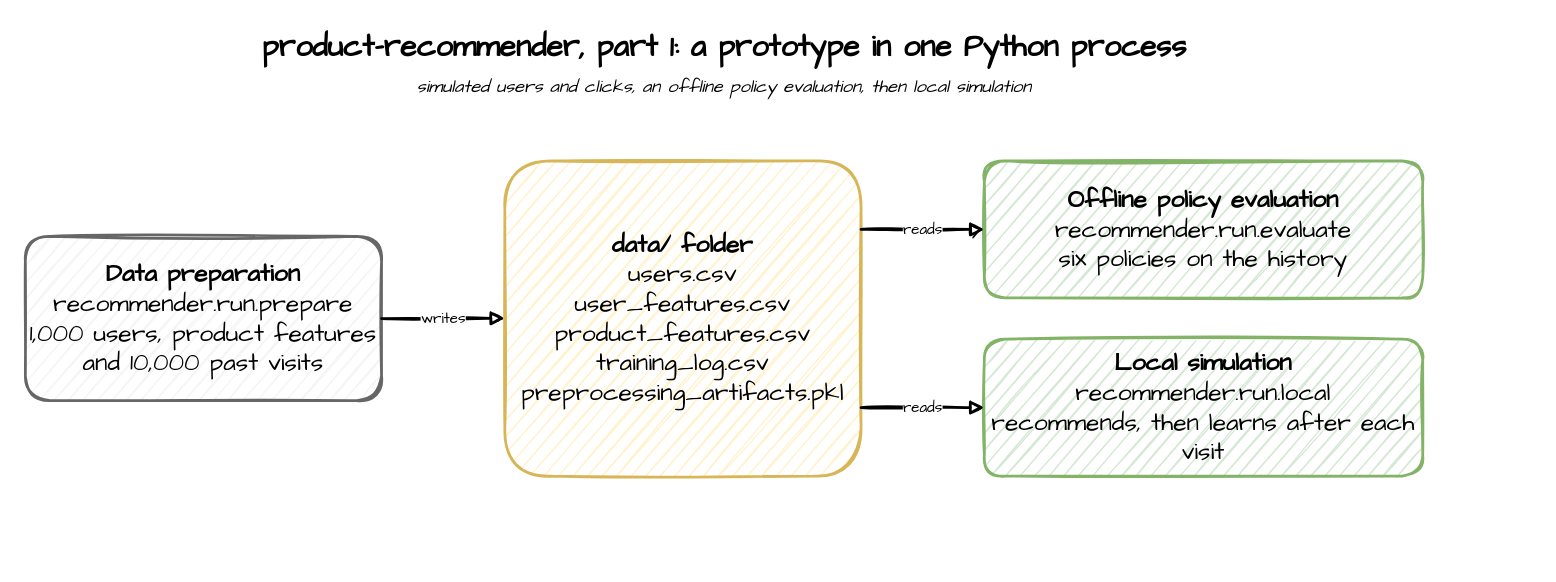
Earlier version of the draw.io diagram product-recommender/images/part-1.drawio (jaehyeon-kim/benchtop). Source tidied: cells renumbered, new cells numbered last; positions are measured from the earlier drawing's top-left corner, leaving out a move shared by most shapes. Both pictures are drawn from the tidied source at 137%, with x=0, y=0 at pixel (25, 23).
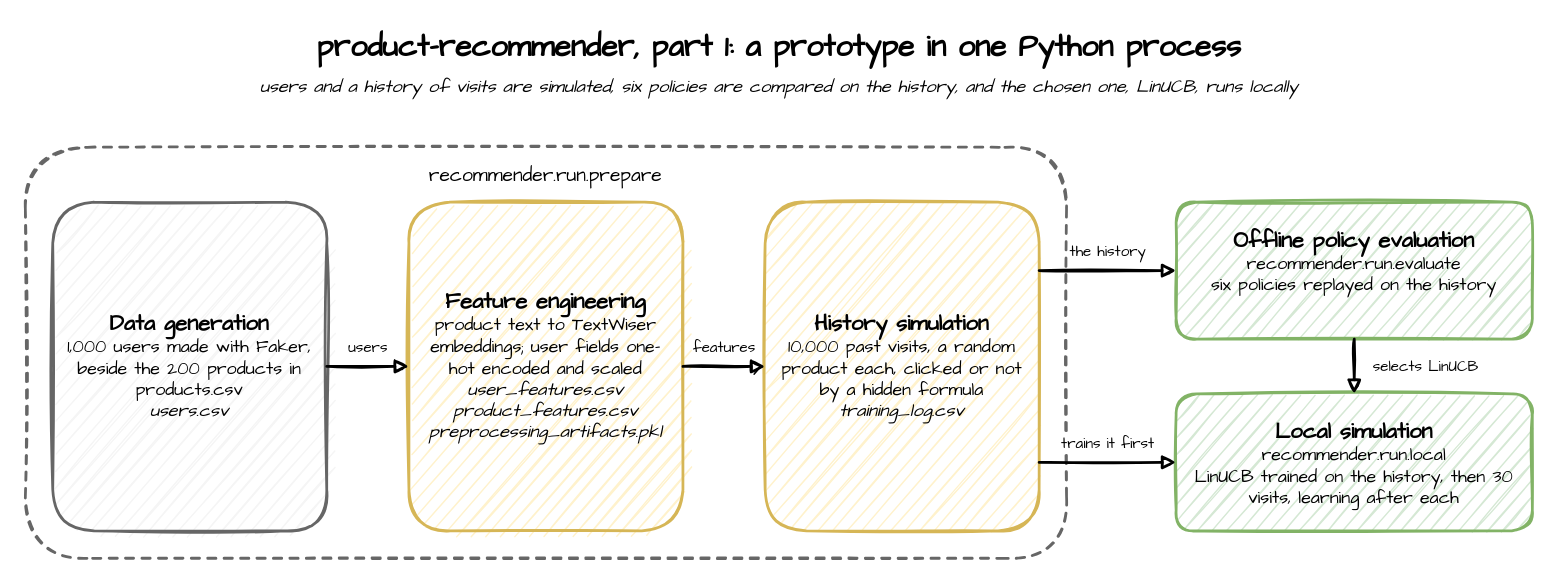
After the change.

Commit message (it also covers changes not shown here):
product-recommender: redraw the part 1 and part 2 diagrams

Diff of the diagram source:
```diff
@@
 <mxGraphModel>
   <root>
     <mxCell id="0" />
     <mxCell id="1" parent="0" />
     <mxCell id="2" value="product-recommender, part 1: a prototype in one Python process" style="text;html=1;align=center;verticalAlign=middle;fontFamily=Comic Sans MS;fontSize=22;fontStyle=1;strokeColor=none;fillColor=none;" parent="1" vertex="1">
-      <mxGeometry width="1020" height="36" as="geometry" />
+      <mxGeometry width="1100" height="36" as="geometry" />
     </mxCell>
-    <mxCell id="3" value="simulated users and clicks, an offline policy evaluation, then local simulation" style="text;html=1;align=center;verticalAlign=middle;fontFamily=Comic Sans MS;fontSize=13;fontStyle=2;strokeColor=none;fillColor=none;" parent="1" vertex="1">
-      <mxGeometry y="34" width="1020" height="24" as="geometry" />
+    <mxCell id="3" value="users and a history of visits are simulated, six policies are compared on the history, and the chosen one, LinUCB, runs locally" style="text;html=1;align=center;verticalAlign=middle;fontFamily=Comic Sans MS;fontSize=13;fontStyle=2;strokeColor=none;fillColor=none;" parent="1" vertex="1">
+      <mxGeometry y="34" width="1100" height="24" as="geometry" />
     </mxCell>
-    <mxCell id="4" value="&lt;font style=&quot;font-size: 18px;&quot;&gt;&lt;b&gt;Data preparation&lt;/b&gt;&lt;br&gt;recommender.run.prepare&lt;br&gt;1,000 users, product features and 10,000 past visits&lt;/font&gt;" style="sketch=1;fontFamily=Comic Sans MS;strokeWidth=2;html=1;rounded=1;whiteSpace=wrap;fontSize=13;fillColor=#f5f5f5;strokeColor=#666666;" parent="1" vertex="1">
-      <mxGeometry y="155" width="260" height="120" as="geometry" />
-    </mxCell>
-    <mxCell id="5" value="&lt;font style=&quot;font-size: 18px;&quot;&gt;&lt;b style=&quot;&quot;&gt;data/ folder&lt;/b&gt;&lt;br&gt;users.csv&lt;br&gt;user_features.csv&lt;br&gt;product_features.csv&lt;br&gt;training_log.csv&lt;br&gt;preprocessing_artifacts.pkl&lt;/font&gt;" style="sketch=1;fontFamily=Comic Sans MS;strokeWidth=2;html=1;rounded=1;whiteSpace=wrap;fontSize=13;fillColor=#fff2cc;strokeColor=#d6b656;" parent="1" vertex="1">
-      <mxGeometry x="350" y="100" width="260" height="230" as="geometry" />
-    </mxCell>
-    <mxCell id="6" value="&lt;font style=&quot;font-size: 18px;&quot;&gt;&lt;b&gt;Offline policy evaluation&lt;/b&gt;&lt;br&gt;recommender.run.evaluate&lt;br&gt;six policies on the history&lt;/font&gt;" style="sketch=1;fontFamily=Comic Sans MS;strokeWidth=2;html=1;rounded=1;whiteSpace=wrap;fontSize=13;fillColor=#d5e8d4;strokeColor=#82b366;" parent="1" vertex="1">
-      <mxGeometry x="700" y="100" width="320" height="100" as="geometry" />
-    </mxCell>
+    <mxCell id="11" value="recommender.run.prepare" style="sketch=1;fontFamily=Comic Sans MS;strokeWidth=2;html=1;rounded=1;whiteSpace=wrap;fontSize=14;fillColor=none;strokeColor=#666666;dashed=1;verticalAlign=top;align=center;spacingTop=6;" parent="1" vertex="1">
+      <mxGeometry y="90" width="760" height="300" as="geometry" />
+    </mxCell>
+    <mxCell id="12" value="&lt;font style=&quot;font-size: 16px;&quot;&gt;&lt;b&gt;Data generation&lt;/b&gt;&lt;/font&gt;&lt;br&gt;1,000 users made with Faker, beside the 200 products in products.csv&lt;br&gt;&lt;i&gt;users.csv&lt;/i&gt;" style="sketch=1;fontFamily=Comic Sans MS;strokeWidth=2;html=1;rounded=1;whiteSpace=wrap;fontSize=13;spacingLeft=8;spacingRight=8;verticalAlign=middle;fillColor=#f5f5f5;strokeColor=#666666;" parent="1" vertex="1">
+      <mxGeometry x="20" y="130" width="200" height="240" as="geometry" />
+    </mxCell>
+    <mxCell id="13" value="&lt;font style=&quot;font-size: 16px;&quot;&gt;&lt;b&gt;Feature engineering&lt;/b&gt;&lt;/font&gt;&lt;br&gt;product text to TextWiser embeddings; user fields one-hot encoded and scaled&lt;br&gt;&lt;i&gt;user_features.csv&lt;br&gt;product_features.csv&lt;br&gt;preprocessing_artifacts.pkl&lt;/i&gt;" style="sketch=1;fontFamily=Comic Sans MS;strokeWidth=2;html=1;rounded=1;whiteSpace=wrap;fontSize=13;spacingLeft=8;spacingRight=8;verticalAlign=middle;fillColor=#fff2cc;strokeColor=#d6b656;" parent="1" vertex="1">
+      <mxGeometry x="280" y="130" width="200" height="240" as="geometry" />
+    </mxCell>
+    <mxCell id="14" value="&lt;font style=&quot;font-size: 16px;&quot;&gt;&lt;b&gt;History simulation&lt;/b&gt;&lt;/font&gt;&lt;br&gt;10,000 past visits, a random product each, clicked or not by a hidden formula&lt;br&gt;&lt;i&gt;training_log.csv&lt;/i&gt;" style="sketch=1;fontFamily=Comic Sans MS;strokeWidth=2;html=1;rounded=1;whiteSpace=wrap;fontSize=13;spacingLeft=8;spacingRight=8;verticalAlign=middle;fillColor=#fff2cc;strokeColor=#d6b656;" parent="1" vertex="1">
+      <mxGeometry x="540" y="130" width="200" height="240" as="geometry" />
+    </mxCell>
+    <mxCell id="15" value="&lt;font style=&quot;font-size: 16px;&quot;&gt;&lt;b&gt;Offline policy evaluation&lt;/b&gt;&lt;/font&gt;&lt;br&gt;recommender.run.evaluate&lt;br&gt;six policies replayed on the history" style="sketch=1;fontFamily=Comic Sans MS;strokeWidth=2;html=1;rounded=1;whiteSpace=wrap;fontSize=13;spacingLeft=8;spacingRight=8;verticalAlign=top;spacingTop=12;fillColor=#d5e8d4;strokeColor=#82b366;" parent="1" vertex="1">
+      <mxGeometry x="840" y="130" width="260" height="100" as="geometry" />
+    </mxCell>
-    <mxCell id="7" value="&lt;font style=&quot;font-size: 18px;&quot;&gt;&lt;b&gt;Local simulation&lt;/b&gt;&lt;br&gt;recommender.run.local&lt;br&gt;recommends, then learns after each visit&lt;/font&gt;" style="sketch=1;fontFamily=Comic Sans MS;strokeWidth=2;html=1;rounded=1;whiteSpace=wrap;fontSize=13;fillColor=#d5e8d4;strokeColor=#82b366;" parent="1" vertex="1">
-      <mxGeometry x="700" y="230" width="320" height="100" as="geometry" />
+    <mxCell id="7" value="&lt;font style=&quot;font-size: 16px;&quot;&gt;&lt;b&gt;Local simulation&lt;/b&gt;&lt;/font&gt;&lt;br&gt;recommender.run.local&lt;br&gt;LinUCB trained on the history, then 30 visits, learning after each" style="sketch=1;fontFamily=Comic Sans MS;strokeWidth=2;html=1;rounded=1;whiteSpace=wrap;fontSize=13;spacingLeft=8;spacingRight=8;verticalAlign=top;spacingTop=12;fillColor=#d5e8d4;strokeColor=#82b366;" parent="1" vertex="1">
+      <mxGeometry x="840" y="270" width="260" height="100" as="geometry" />
     </mxCell>
-    <mxCell id="8" value="writes" style="sketch=1;fontFamily=Comic Sans MS;strokeWidth=2;html=1;edgeStyle=orthogonalEdgeStyle;rounded=0;endArrow=block;endFill=1;fontSize=11;labelBackgroundColor=#ffffff;exitX=1;exitY=0.5;entryX=0;entryY=0.217;" parent="1" edge="1" source="4">
+    <mxCell id="8" value="users" style="sketch=1;fontFamily=Comic Sans MS;strokeWidth=2;html=1;edgeStyle=orthogonalEdgeStyle;rounded=0;endArrow=block;endFill=1;fontSize=11;labelBackgroundColor=#ffffff;exitX=1;exitY=0.5;entryX=0;entryY=0.5;" parent="1" edge="1" source="12" target="13">
       <mxGeometry relative="1" as="geometry">
-        <mxPoint x="350" y="214.9" as="targetPoint" />
+        <mxPoint y="-14" as="offset" />
       </mxGeometry>
     </mxCell>
-    <mxCell id="9" value="reads" style="sketch=1;fontFamily=Comic Sans MS;strokeWidth=2;html=1;edgeStyle=orthogonalEdgeStyle;rounded=0;endArrow=block;endFill=1;fontSize=11;labelBackgroundColor=#ffffff;exitX=1;exitY=0.217;entryX=0;entryY=0.5;" parent="1" edge="1" source="5" target="6">
-      <mxGeometry relative="1" as="geometry" />
+    <mxCell id="9" value="features" style="sketch=1;fontFamily=Comic Sans MS;strokeWidth=2;html=1;edgeStyle=orthogonalEdgeStyle;rounded=0;endArrow=block;endFill=1;fontSize=11;labelBackgroundColor=#ffffff;exitX=1;exitY=0.5;entryX=0;entryY=0.5;" parent="1" edge="1" source="13" target="14">
+      <mxGeometry relative="1" as="geometry">
+        <mxPoint y="-14" as="offset" />
+      </mxGeometry>
     </mxCell>
-    <mxCell id="10" value="reads" style="sketch=1;fontFamily=Comic Sans MS;strokeWidth=2;html=1;edgeStyle=orthogonalEdgeStyle;rounded=0;endArrow=block;endFill=1;fontSize=11;labelBackgroundColor=#ffffff;exitX=1;exitY=0.783;entryX=0;entryY=0.5;" parent="1" edge="1" source="5" target="7">
-      <mxGeometry relative="1" as="geometry" />
+    <mxCell id="10" value="the history" style="sketch=1;fontFamily=Comic Sans MS;strokeWidth=2;html=1;edgeStyle=orthogonalEdgeStyle;rounded=0;endArrow=block;endFill=1;fontSize=11;labelBackgroundColor=#ffffff;exitX=1;exitY=0.2083;entryX=0;entryY=0.5;" parent="1" edge="1" source="14" target="15">
+      <mxGeometry relative="1" as="geometry">
+        <mxPoint y="-14" as="offset" />
+      </mxGeometry>
     </mxCell>
+    <mxCell id="16" value="selects LinUCB" style="sketch=1;fontFamily=Comic Sans MS;strokeWidth=2;html=1;edgeStyle=orthogonalEdgeStyle;rounded=0;endArrow=block;endFill=1;fontSize=11;labelBackgroundColor=#ffffff;exitX=0.5;exitY=1;entryX=0.5;entryY=0;" parent="1" edge="1" source="15" target="7">
+      <mxGeometry relative="1" as="geometry">
+        <mxPoint x="52" as="offset" />
+      </mxGeometry>
+    </mxCell>
+    <mxCell id="17" value="trains it first" style="sketch=1;fontFamily=Comic Sans MS;strokeWidth=2;html=1;edgeStyle=orthogonalEdgeStyle;rounded=0;endArrow=block;endFill=1;fontSize=11;labelBackgroundColor=#ffffff;exitX=1;exitY=0.7917;entryX=0;entryY=0.5;" parent="1" edge="1" source="14" target="7">
+      <mxGeometry relative="1" as="geometry">
+        <mxPoint y="-14" as="offset" />
+      </mxGeometry>
+    </mxCell>
   </root>
 </mxGraphModel>
```
